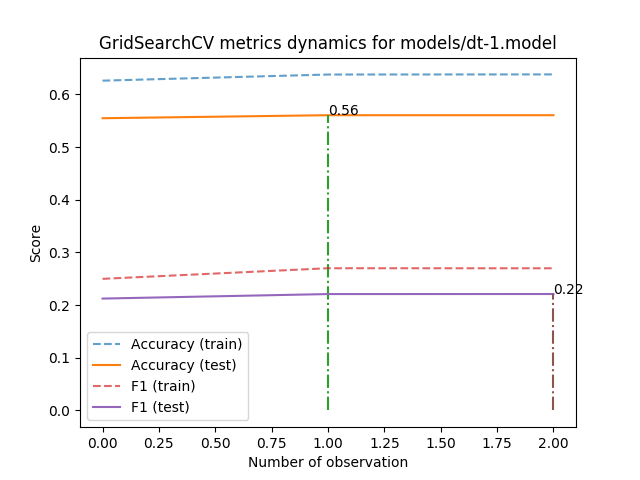
Earlier version of the Graphviz export models/dt-1.model_metrics.png (AverHLV/diploma-computations). Its source is kept beside it as models/dt-1.model.dot.
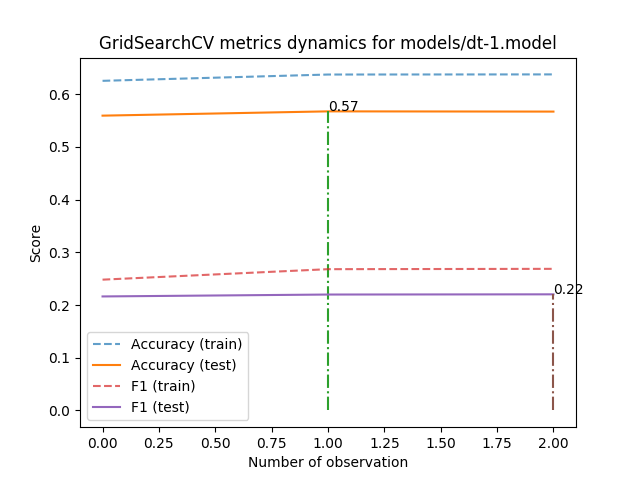
After the change.

Change to the diagram source:
```diff
@@ -1,56 +1,56 @@
 digraph Tree {
 node [shape=box, style="filled", color="black"] ;
-0 [label="Topic <= 0.998\ngini = 0.558\nsamples = 12050\nvalue = [[29, 5161, 699, 4398, 1763]\n[322, 7286, 2444, 823, 1175]\n[148, 6568, 600, 4038, 696]\n...\n[17, 5659, 815, 3945, 1614]\n[8, 142, 63, 45, 11792]\n[16, 2006, 30, 7753, 2245]]", fillcolor="#fefdfb"] ;
-1 [label="Екогрупа <= -2.261\ngini = 0.542\nsamples = 9275\nvalue = [[24, 4624, 553, 2695, 1379]\n[277, 5757, 1759, 556, 926]\n[127, 5780, 491, 2232, 645]\n...\n[17, 4958, 425, 2514, 1361]\n[6, 124, 40, 35, 9070]\n[15, 1803, 21, 5830, 1606]]", fillcolor="#fdf7f2"] ;
+0 [label="Topic <= 0.998\ngini = 0.558\nsamples = 12050\nvalue = [[27, 5165, 706, 4419, 1733]\n[324, 7358, 2414, 785, 1169]\n[144, 6576, 578, 4053, 699]\n...\n[17, 5653, 824, 3946, 1610]\n[7, 147, 73, 47, 11776]\n[18, 1998, 30, 7765, 2239]]", fillcolor="#fffdfb"] ;
+1 [label="ОБ <= -0.369\ngini = 0.542\nsamples = 9284\nvalue = [[23, 4623, 558, 2714, 1366]\n[271, 5823, 1747, 526, 917]\n[125, 5767, 479, 2266, 647]\n...\n[17, 4955, 435, 2517, 1360]\n[5, 127, 43, 36, 9073]\n[17, 1788, 22, 5864, 1593]]", fillcolor="#fdf6f1"] ;
 0 -> 1 [labeldistance=2.5, labelangle=45, headlabel="True"] ;
-5 [label="gini = 0.488\nsamples = 473\nvalue = [[4, 111, 13, 225, 120]\n[1, 299, 66, 33, 74]\n[1, 150, 6, 268, 48]\n...\n[0, 118, 29, 202, 124]\n[0, 0, 0, 0, 473]\n[2, 20, 0, 35, 416]]", fillcolor="#f9e4d4"] ;
+5 [label="Екогрупа <= -2.473\ngini = 0.53\nsamples = 2193\nvalue = [[9, 1259, 69, 443, 413]\n[37, 1478, 223, 146, 309]\n[24, 1349, 75, 476, 269]\n...\n[8, 1173, 86, 553, 373]\n[0, 15, 9, 1, 2168]\n[9, 334, 1, 1237, 612]]", fillcolor="#fcf1e9"] ;
 1 -> 5 ;
-6 [label="ОБ <= -0.236\ngini = 0.536\nsamples = 8802\nvalue = [[20, 4513, 540, 2470, 1259]\n[276, 5458, 1693, 523, 852]\n[126, 5630, 485, 1964, 597]\n...\n[17, 4840, 396, 2312, 1237]\n[6, 124, 40, 35, 8597]\n[13, 1783, 21, 5795, 1190]]", fillcolor="#fdf5ef"] ;
+7 [label="gini = 0.455\nsamples = 275\nvalue = [[1, 49, 1, 128, 96]\n[0, 171, 43, 27, 34]\n[0, 65, 6, 159, 45]\n...\n[0, 42, 20, 136, 77]\n[0, 0, 0, 0, 275]\n[5, 13, 0, 15, 242]]", fillcolor="#f5d0b6"] ;
+5 -> 7 ;
+8 [label="НФ <= 0.032\ngini = 0.512\nsamples = 1918\nvalue = [[8, 1210, 68, 315, 317]\n[37, 1307, 180, 119, 275]\n[24, 1284, 69, 317, 224]\n...\n[8, 1131, 66, 417, 296]\n[0, 15, 9, 1, 1893]\n[4, 321, 1, 1222, 370]]", fillcolor="#fae9dc"] ;
+5 -> 8 ;
+25 [label="gini = 0.503\nsamples = 769\nvalue = [[2, 482, 16, 156, 113]\n[8, 569, 49, 43, 100]\n[4, 495, 26, 135, 109]\n...\n[1, 478, 17, 213, 60]\n[0, 2, 0, 0, 767]\n[2, 81, 0, 575, 111]]", fillcolor="#fae5d6"] ;
+8 -> 25 ;
+26 [label="gini = 0.498\nsamples = 1149\nvalue = [[6, 728, 52, 159, 204]\n[29, 738, 131, 76, 175]\n[20, 789, 43, 182, 115]\n...\n[7, 653, 49, 204, 236]\n[0, 13, 9, 1, 1126]\n[2, 240, 1, 647, 259]]", fillcolor="#f9e3d3"] ;
+8 -> 26 ;
+6 [label="Topic <= -1.596\ngini = 0.535\nsamples = 7091\nvalue = [[14, 3364, 489, 2271, 953]\n[234, 4345, 1524, 380, 608]\n[101, 4418, 404, 1790, 378]\n...\n[9, 3782, 349, 1964, 987]\n[5, 112, 34, 35, 6905]\n[8, 1454, 21, 4627, 981]]", fillcolor="#fdf3ec"] ;
 1 -> 6 ;
-7 [label="НФ <= -0.69\ngini = 0.519\nsamples = 2122\nvalue = [[10, 1247, 100, 395, 370]\n[41, 1403, 230, 147, 301]\n[28, 1367, 76, 369, 282]\n...\n[8, 1208, 74, 509, 323]\n[1, 19, 9, 0, 2093]\n[7, 373, 1, 1351, 390]]", fillcolor="#fcefe5"] ;
-6 -> 7 ;
-23 [label="gini = 0.532\nsamples = 337\nvalue = [[0, 152, 17, 100, 68]\n[5, 199, 29, 43, 61]\n[5, 160, 13, 84, 75]\n...\n[2, 137, 6, 158, 34]\n[0, 1, 0, 0, 336]\n[2, 31, 0, 261, 43]]", fillcolor="#fdf3ed"] ;
-7 -> 23 ;
-24 [label="gini = 0.503\nsamples = 1785\nvalue = [[10, 1095, 83, 295, 302]\n[36, 1204, 201, 104, 240]\n[23, 1207, 63, 285, 207]\n...\n[6, 1071, 68, 351, 289]\n[1, 18, 9, 0, 1757]\n[5, 342, 1, 1090, 347]]", fillcolor="#fae9dc"] ;
-7 -> 24 ;
-8 [label="Topic <= -1.596\ngini = 0.532\nsamples = 6680\nvalue = [[10, 3266, 440, 2075, 889]\n[235, 4055, 1463, 376, 551]\n[98, 4263, 409, 1595, 315]\n...\n[9, 3632, 322, 1803, 914]\n[5, 105, 31, 35, 6504]\n[6, 1410, 20, 4444, 800]]", fillcolor="#fdf3ed"] ;
-6 -> 8 ;
-9 [label="gini = 0.463\nsamples = 325\nvalue = [[2, 85, 58, 160, 20]\n[4, 244, 62, 8, 7]\n[0, 82, 67, 174, 2]\n...\n[1, 73, 82, 131, 38]\n[0, 19, 1, 15, 290]\n[0, 22, 0, 222, 81]]", fillcolor="#f8dbc6"] ;
-8 -> 9 ;
-10 [label="НФ <= 0.753\ngini = 0.526\nsamples = 6355\nvalue = [[8, 3181, 382, 1915, 869]\n[231, 3811, 1401, 368, 544]\n[98, 4181, 342, 1421, 313]\n...\n[8, 3559, 240, 1672, 876]\n[5, 86, 30, 20, 6214]\n[6, 1388, 20, 4222, 719]]", fillcolor="#fcf1e9"] ;
-8 -> 10 ;
-13 [label="gini = 0.519\nsamples = 4836\nvalue = [[3, 2348, 258, 1567, 660]\n[134, 3033, 1078, 254, 337]\n[56, 3155, 245, 1126, 254]\n...\n[8, 2829, 188, 1351, 460]\n[4, 35, 21, 14, 4762]\n[3, 1104, 16, 3246, 467]]", fillcolor="#fcefe5"] ;
+9 [label="gini = 0.469\nsamples = 328\nvalue = [[2, 92, 55, 156, 23]\n[6, 236, 63, 9, 14]\n[0, 88, 59, 180, 1]\n...\n[1, 77, 80, 129, 41]\n[0, 21, 1, 17, 289]\n[0, 25, 0, 224, 79]]", fillcolor="#f7d6bf"] ;
+6 -> 9 ;
+10 [label="НФ <= 0.753\ngini = 0.53\nsamples = 6763\nvalue = [[12, 3272, 434, 2115, 930]\n[228, 4109, 1461, 371, 594]\n[101, 4330, 345, 1610, 377]\n...\n[8, 3705, 269, 1835, 946]\n[5, 91, 33, 18, 6616]\n[8, 1429, 21, 4403, 902]]", fillcolor="#fcf1e9"] ;
+6 -> 10 ;
+13 [label="Екогрупа <= -1.414\ngini = 0.523\nsamples = 5170\nvalue = [[4, 2405, 297, 1751, 713]\n[146, 3256, 1121, 261, 386]\n[61, 3281, 241, 1292, 295]\n...\n[8, 2944, 205, 1489, 524]\n[2, 36, 21, 12, 5099]\n[4, 1124, 16, 3399, 627]]", fillcolor="#fbeee4"] ;
 10 -> 13 ;
-14 [label="gini = 0.529\nsamples = 1519\nvalue = [[5, 833, 124, 348, 209]\n[97, 778, 323, 114, 207]\n[42, 1026, 97, 295, 59]\n...\n[0, 730, 52, 321, 416]\n[1, 51, 9, 6, 1452]\n[3, 284, 4, 976, 252]]", fillcolor="#fcf2eb"] ;
+15 [label="gini = 0.484\nsamples = 267\nvalue = [[0, 82, 11, 134, 40]\n[5, 174, 44, 4, 40]\n[0, 98, 6, 158, 5]\n...\n[0, 88, 17, 124, 38]\n[0, 2, 0, 0, 265]\n[0, 15, 0, 98, 154]]", fillcolor="#f8ddc9"] ;
+13 -> 15 ;
+16 [label="gini = 0.518\nsamples = 4903\nvalue = [[4, 2323, 286, 1617, 673]\n[141, 3082, 1077, 257, 346]\n[61, 3183, 235, 1134, 290]\n...\n[8, 2856, 188, 1365, 486]\n[2, 34, 21, 12, 4834]\n[4, 1109, 16, 3301, 473]]", fillcolor="#fbebe0"] ;
+13 -> 16 ;
+14 [label="gini = 0.529\nsamples = 1593\nvalue = [[8, 867, 137, 364, 217]\n[82, 853, 340, 110, 208]\n[40, 1049, 104, 318, 82]\n...\n[0, 761, 64, 346, 422]\n[3, 55, 12, 6, 1517]\n[4, 305, 5, 1004, 275]]", fillcolor="#fcf0e8"] ;
 10 -> 14 ;
-2 [label="НФ <= -0.149\ngini = 0.525\nsamples = 2775\nvalue = [[5, 537, 146, 1703, 384]\n[45, 1529, 685, 267, 249]\n[21, 788, 109, 1806, 51]\n...\n[0, 701, 390, 1431, 253]\n[2, 18, 23, 10, 2722]\n[1, 203, 9, 1923, 639]]", fillcolor="#fcf1e9"] ;
+2 [label="НФ <= -0.149\ngini = 0.526\nsamples = 2766\nvalue = [[4, 542, 148, 1705, 367]\n[53, 1535, 667, 259, 252]\n[19, 809, 99, 1787, 52]\n...\n[0, 698, 389, 1429, 250]\n[2, 20, 30, 11, 2703]\n[1, 210, 8, 1901, 646]]", fillcolor="#fcefe6"] ;
 0 -> 2 [labeldistance=2.5, labelangle=-45, headlabel="False"] ;
-3 [label="Topic <= 1.016\ngini = 0.46\nsamples = 1869\nvalue = [[1, 153, 62, 1413, 240]\n[18, 989, 473, 216, 173]\n[1, 333, 46, 1467, 22]\n...\n[0, 339, 234, 1203, 93]\n[0, 2, 1, 1, 1865]\n[1, 65, 2, 1355, 446]]", fillcolor="#f7dac4"] ;
+3 [label="Topic <= 1.016\ngini = 0.461\nsamples = 1860\nvalue = [[1, 157, 56, 1417, 229]\n[23, 988, 460, 213, 176]\n[2, 324, 43, 1464, 27]\n...\n[0, 331, 243, 1193, 93]\n[0, 3, 2, 1, 1854]\n[1, 66, 3, 1332, 458]]", fillcolor="#f6d3ba"] ;
 2 -> 3 ;
-11 [label="Воля <= -0.217\ngini = 0.348\nsamples = 574\nvalue = [[0, 2, 31, 492, 49]\n[5, 406, 8, 96, 59]\n[0, 47, 7, 520, 0]\n...\n[0, 41, 139, 354, 40]\n[0, 0, 0, 0, 574]\n[0, 0, 0, 417, 157]]", fillcolor="#efb285"] ;
+11 [label="Воля <= -0.217\ngini = 0.352\nsamples = 553\nvalue = [[0, 2, 21, 485, 45]\n[4, 382, 11, 98, 58]\n[0, 45, 9, 499, 0]\n...\n[0, 42, 142, 330, 39]\n[0, 0, 0, 0, 553]\n[0, 1, 0, 401, 151]]", fillcolor="#eca470"] ;
 3 -> 11 ;
-21 [label="gini = 0.27\nsamples = 198\nvalue = [[0, 1, 28, 169, 0]\n[1, 107, 1, 52, 37]\n[0, 0, 1, 197, 0]\n...\n[0, 7, 12, 140, 39]\n[0, 0, 0, 0, 198]\n[0, 0, 0, 43, 155]]", fillcolor="#e9965a"] ;
-11 -> 21 ;
-22 [label="gini = 0.324\nsamples = 376\nvalue = [[0, 1, 3, 323, 49]\n[4, 299, 7, 44, 22]\n[0, 47, 6, 323, 0]\n...\n[0, 34, 127, 214, 1]\n[0, 0, 0, 0, 376]\n[0, 0, 0, 374, 2]]", fillcolor="#eda978"] ;
-11 -> 22 ;
-12 [label="Воля <= 0.475\ngini = 0.469\nsamples = 1295\nvalue = [[1, 151, 31, 921, 191]\n[13, 583, 465, 120, 114]\n[1, 286, 39, 947, 22]\n...\n[0, 298, 95, 849, 53]\n[0, 2, 1, 1, 1291]\n[1, 65, 2, 938, 289]]", fillcolor="#f8ddc9"] ;
+23 [label="gini = 0.271\nsamples = 189\nvalue = [[0, 0, 18, 171, 0]\n[1, 101, 2, 51, 34]\n[0, 0, 2, 187, 0]\n...\n[0, 8, 7, 136, 38]\n[0, 0, 0, 0, 189]\n[0, 0, 0, 40, 149]]", fillcolor="#e58139"] ;
+11 -> 23 ;
+24 [label="gini = 0.329\nsamples = 364\nvalue = [[0, 2, 3, 314, 45]\n[3, 281, 9, 47, 24]\n[0, 45, 7, 312, 0]\n...\n[0, 34, 135, 194, 1]\n[0, 0, 0, 0, 364]\n[0, 1, 0, 361, 2]]", fillcolor="#ea9a60"] ;
+11 -> 24 ;
+12 [label="Topic <= 1.421\ngini = 0.469\nsamples = 1307\nvalue = [[1, 155, 35, 932, 184]\n[19, 606, 449, 115, 118]\n[2, 279, 34, 965, 27]\n...\n[0, 289, 101, 863, 54]\n[0, 3, 2, 1, 1301]\n[1, 65, 3, 931, 307]]", fillcolor="#f7d6bf"] ;
 3 -> 12 ;
-15 [label="Екогрупа <= -2.261\ngini = 0.515\nsamples = 598\nvalue = [[1, 112, 14, 330, 141]\n[10, 350, 128, 45, 65]\n[1, 206, 29, 342, 20]\n...\n[0, 188, 47, 328, 35]\n[0, 2, 1, 1, 594]\n[1, 41, 0, 281, 275]]", fillcolor="#fbede3"] ;
-12 -> 15 ;
-17 [label="gini = 0.371\nsamples = 243\nvalue = [[0, 6, 0, 173, 64]\n[5, 109, 62, 20, 47]\n[0, 20, 2, 217, 4]\n...\n[0, 22, 9, 207, 5]\n[0, 0, 0, 0, 243]\n[1, 0, 0, 2, 240]]", fillcolor="#f1ba92"] ;
-15 -> 17 ;
-18 [label="gini = 0.525\nsamples = 355\nvalue = [[1, 106, 14, 157, 77]\n[5, 241, 66, 25, 18]\n[1, 186, 27, 125, 16]\n...\n[0, 166, 38, 121, 30]\n[0, 2, 1, 1, 351]\n[0, 41, 0, 279, 35]]", fillcolor="#fcf1e8"] ;
-15 -> 18 ;
-16 [label="НФ <= -1.592\ngini = 0.384\nsamples = 697\nvalue = [[0, 39, 17, 591, 50]\n[3, 233, 337, 75, 49]\n[0, 80, 10, 605, 2]\n...\n[0, 110, 48, 521, 18]\n[0, 0, 0, 0, 697]\n[0, 24, 2, 657, 14]]", fillcolor="#f2be99"] ;
-12 -> 16 ;
-25 [label="gini = 0.212\nsamples = 190\nvalue = [[0, 0, 0, 182, 8]\n[0, 33, 107, 36, 14]\n[0, 0, 0, 190, 0]\n...\n[0, 12, 12, 163, 3]\n[0, 0, 0, 0, 190]\n[0, 0, 0, 188, 2]]", fillcolor="#e58139"] ;
-16 -> 25 ;
-26 [label="gini = 0.408\nsamples = 507\nvalue = [[0, 39, 17, 409, 42]\n[3, 200, 230, 39, 35]\n[0, 80, 10, 415, 2]\n...\n[0, 98, 36, 358, 15]\n[0, 0, 0, 0, 507]\n[0, 24, 2, 469, 12]]", fillcolor="#f3c7a7"] ;
-16 -> 26 ;
-4 [label="Topic <= 1.016\ngini = 0.565\nsamples = 906\nvalue = [[4, 384, 84, 290, 144]\n[27, 540, 212, 51, 76]\n[20, 455, 63, 339, 29]\n...\n[0, 362, 156, 228, 160]\n[2, 16, 22, 9, 857]\n[0, 138, 7, 568, 193]]", fillcolor="#ffffff"] ;
+17 [label="gini = 0.531\nsamples = 216\nvalue = [[0, 85, 13, 77, 41]\n[7, 124, 43, 7, 35]\n[1, 121, 7, 71, 16]\n...\n[0, 104, 10, 82, 20]\n[0, 2, 2, 0, 212]\n[1, 39, 0, 113, 63]]", fillcolor="#fcf1e9"] ;
+12 -> 17 ;
+18 [label="Topic <= 1.439\ngini = 0.428\nsamples = 1091\nvalue = [[1, 70, 22, 855, 143]\n[12, 482, 406, 108, 83]\n[1, 158, 27, 894, 11]\n...\n[0, 185, 91, 781, 34]\n[0, 1, 0, 1, 1089]\n[0, 26, 3, 818, 244]]", fillcolor="#f3c5a3"] ;
+12 -> 18 ;
+21 [label="gini = 0.339\nsamples = 451\nvalue = [[0, 15, 0, 369, 67]\n[8, 100, 234, 79, 30]\n[0, 36, 0, 415, 0]\n...\n[0, 46, 28, 362, 15]\n[0, 0, 0, 0, 451]\n[0, 4, 0, 380, 67]]", fillcolor="#eb9e67"] ;
+18 -> 21 ;
+22 [label="gini = 0.444\nsamples = 640\nvalue = [[1, 55, 22, 486, 76]\n[4, 382, 172, 29, 53]\n[1, 122, 27, 479, 11]\n...\n[0, 139, 63, 419, 19]\n[0, 1, 0, 1, 638]\n[0, 22, 3, 438, 177]]", fillcolor="#f4cbae"] ;
+18 -> 22 ;
+4 [label="Topic <= 1.016\ngini = 0.563\nsamples = 906\nvalue = [[3, 385, 92, 288, 138]\n[30, 547, 207, 46, 76]\n[17, 485, 56, 323, 25]\n...\n[0, 367, 146, 236, 157]\n[2, 17, 28, 10, 849]\n[0, 144, 5, 569, 188]]", fillcolor="#ffffff"] ;
 2 -> 4 ;
-19 [label="gini = 0.28\nsamples = 95\nvalue = [[0, 23, 23, 46, 3]\n[0, 72, 1, 8, 14]\n[0, 4, 0, 91, 0]\n...\n[0, 7, 67, 21, 0]\n[0, 0, 0, 0, 95]\n[0, 0, 0, 34, 61]]", fillcolor="#ea995f"] ;
+19 [label="gini = 0.284\nsamples = 95\nvalue = [[0, 24, 22, 46, 3]\n[1, 74, 2, 6, 12]\n[0, 6, 0, 89, 0]\n...\n[0, 8, 66, 21, 0]\n[0, 0, 0, 0, 95]\n[0, 0, 0, 33, 62]]", fillcolor="#e68742"] ;
 4 -> 19 ;
-20 [label="gini = 0.56\nsamples = 811\nvalue = [[4, 361, 61, 244, 141]\n[27, 468, 211, 43, 62]\n[20, 451, 63, 248, 29]\n...\n[0, 355, 89, 207, 160]\n[2, 16, 22, 9, 762]\n[0, 138, 7, 534, 132]]", fillcolor="#fffdfc"] ;
+20 [label="gini = 0.558\nsamples = 811\nvalue = [[3, 361, 70, 242, 135]\n[29, 473, 205, 40, 64]\n[17, 479, 56, 234, 25]\n...\n[0, 359, 80, 215, 157]\n[2, 17, 28, 10, 754]\n[0, 144, 5, 536, 126]]", fillcolor="#fffdfc"] ;
 4 -> 20 ;
 }
```
